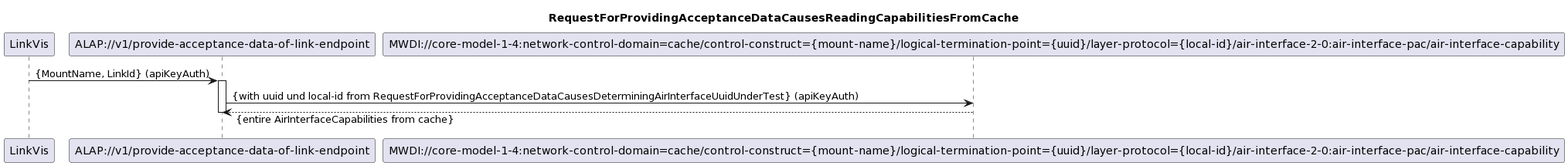
Above: spec/diagrams/ProvideAcceptanceDataOfLinkEndpoint/102_ReadingCapabilitiesFromCache.png in openBackhaul/AccessPlanningToolProxy (PlantUML), before the change. Source of this version:
```plantuml
@startuml
skinparam responseMessageBelowArrow true

title
RequestForProvidingAcceptanceDataCausesReadingCapabilitiesFromCache
end title

participant "LinkVis" as LinkVis
participant "ALAP://v1/provide-acceptance-data-of-link-endpoint" as ALAP
participant "MWDI://core-model-1-4:network-control-domain=cache/control-construct={mount-name}/logical-termination-point={uuid}/layer-protocol={local-id}/air-interface-2-0:air-interface-pac/air-interface-capability" as MwdiCapa

LinkVis -> ALAP: {MountName, LinkId} (apiKeyAuth)
activate ALAP

ALAP -> MwdiCapa: {with uuid und local-id from RequestForProvidingAcceptanceDataCausesDeterminingAirInterfaceUuidUnderTest} (apiKeyAuth)
MwdiCapa --> ALAP: {entire AirInterfaceCapabilities from cache}

deactivate ALAP
@enduml
```
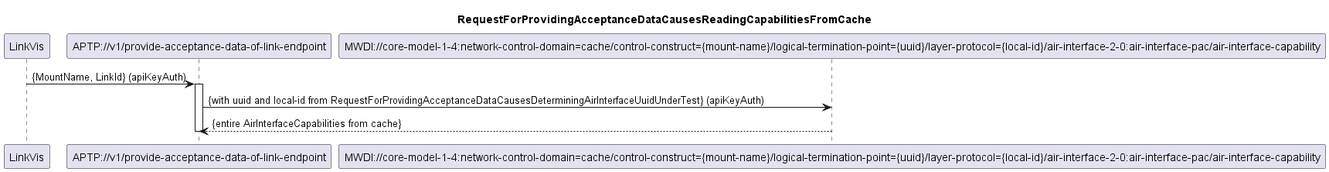
Above is the later version.

Diff of the diagram source:
```diff
@@ -1,4 +1,4 @@
-@startuml
+@startuml 102_ReadingCapabilitiesFromCache
 skinparam responseMessageBelowArrow true
 
 title
@@ -6,14 +6,15 @@
 end title
 
 participant "LinkVis" as LinkVis
-participant "ALAP://v1/provide-acceptance-data-of-link-endpoint" as ALAP
+participant "APTP://v1/provide-acceptance-data-of-link-endpoint" as APTP
 participant "MWDI://core-model-1-4:network-control-domain=cache/control-construct={mount-name}/logical-termination-point={uuid}/layer-protocol={local-id}/air-interface-2-0:air-interface-pac/air-interface-capability" as MwdiCapa
 
-LinkVis -> ALAP: {MountName, LinkId} (apiKeyAuth)
-activate ALAP
+LinkVis -> APTP: {MountName, LinkId} (apiKeyAuth)
+activate APTP
 
-ALAP -> MwdiCapa: {with uuid und local-id from RequestForProvidingAcceptanceDataCausesDeterminingAirInterfaceUuidUnderTest} (apiKeyAuth)
-MwdiCapa --> ALAP: {entire AirInterfaceCapabilities from cache}
+APTP -> MwdiCapa: {with uuid and local-id from RequestForProvidingAcceptanceDataCausesDeterminingAirInterfaceUuidUnderTest} (apiKeyAuth)
+MwdiCapa --> APTP: {entire AirInterfaceCapabilities from cache}
 
-deactivate ALAP
+deactivate APTP
+
 @enduml
```
